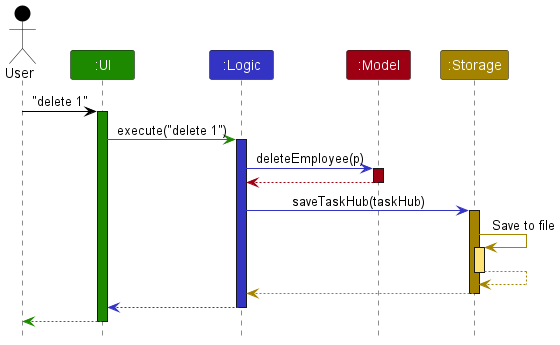
Earlier version of the PlantUML export docs/images/ArchitectureSequenceDiagram.png (rayyan35p/tp).
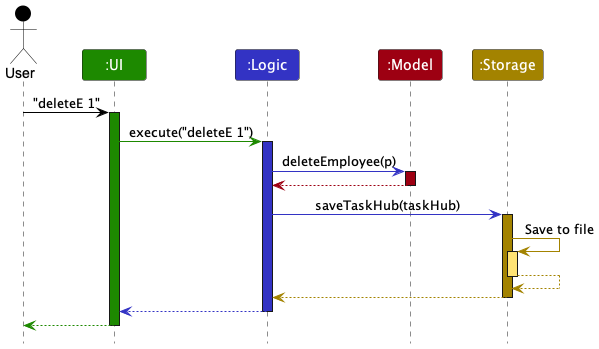
The same file after the commit.

Change to the diagram source:
```diff
@@ -8,10 +8,10 @@
 Participant ":Model" as model MODEL_COLOR
 Participant ":Storage" as storage STORAGE_COLOR
 
-user -[USER_COLOR]> ui : "delete 1"
+user -[USER_COLOR]> ui : "deleteE 1"
 activate ui UI_COLOR
 
-ui -[UI_COLOR]> logic : execute("delete 1")
+ui -[UI_COLOR]> logic : execute("deleteE 1")
 activate logic LOGIC_COLOR
 
 logic -[LOGIC_COLOR]> model : deleteEmployee(p)
```
